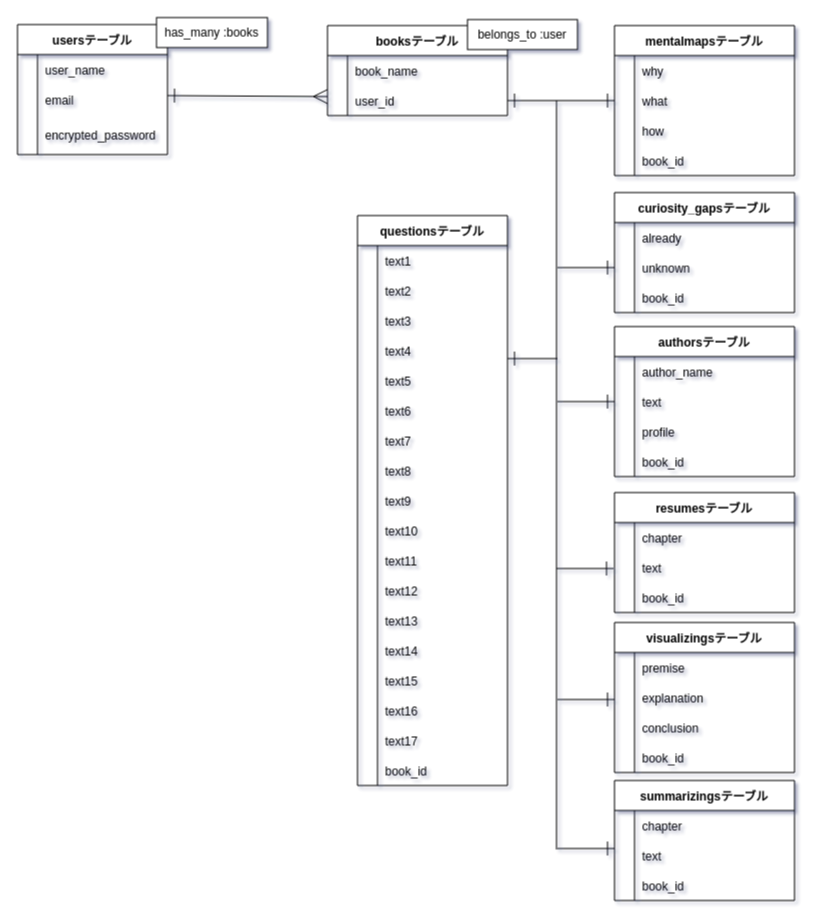
Above: ER.dio in SettingTom/read-tech (draw.io), before the change. Source tidied: cells renumbered, new cells numbered last; positions are measured from the earlier drawing's top-left corner, leaving out a move shared by most shapes. Both pictures are drawn from the tidied source at 100%, with x=0, y=0 at pixel (17, 17).
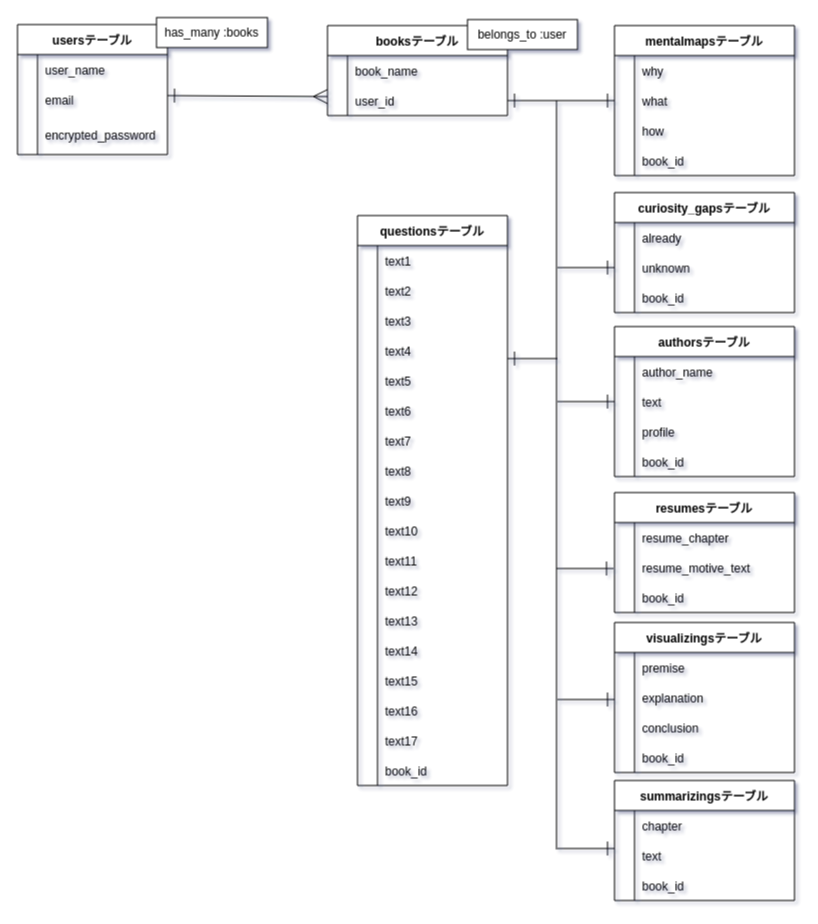
The same page after the edit.

Commit message:
ER図のresumesテーブルのカラム名修正

Unchanged cells that the change refers to:
```xml
<mxCell id="61" style="shape=partialRectangle;fillColor=none;top=0;left=0;bottom=0;right=0;" parent="60" vertex="1">
  <mxGeometry y="30" width="180" height="30" as="geometry" />
</mxCell>
<mxCell id="64" style="shape=partialRectangle;fillColor=none;top=0;left=0;bottom=0;right=0;" parent="60" vertex="1">
  <mxGeometry y="60" width="180" height="30" as="geometry" />
</mxCell>
```

Change to the diagram source:
```diff
@@
-    <mxCell id="63" value="chapter" style="shape=partialRectangle;fillColor=none;top=0;left=0;bottom=0;right=0;align=left;spacingLeft=6;overflow=hidden;labelBorderColor=none;" parent="61" vertex="1">
+    <mxCell id="63" value="resume_chapter" style="shape=partialRectangle;fillColor=none;top=0;left=0;bottom=0;right=0;align=left;spacingLeft=6;overflow=hidden;labelBorderColor=none;" parent="61" vertex="1">
       <mxGeometry x="20" width="160" height="30" as="geometry" />
     </mxCell>
@@
-    <mxCell id="66" value="text" style="shape=partialRectangle;fillColor=none;top=0;left=0;bottom=0;right=0;align=left;spacingLeft=6;overflow=hidden;" parent="64" vertex="1">
+    <mxCell id="66" value="resume_motive_text" style="shape=partialRectangle;fillColor=none;top=0;left=0;bottom=0;right=0;align=left;spacingLeft=6;overflow=hidden;" parent="64" vertex="1">
       <mxGeometry x="20" width="160" height="30" as="geometry" />
     </mxCell>
```
